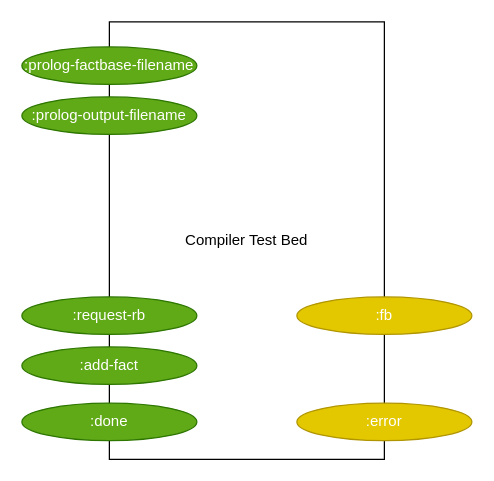
Above: page "Compiler Test Bed" (3 of 10) of svg/cl-compiler/doc/compiler-test-bed.drawio in bmfbp/bmfbp (draw.io), before the change. Source tidied: cells renumbered, new cells numbered last; positions are measured from the earlier drawing's top-left corner, leaving out a move shared by most shapes. Both pictures are drawn from the tidied source at 125%, with x=0, y=0 at pixel (21, 21).
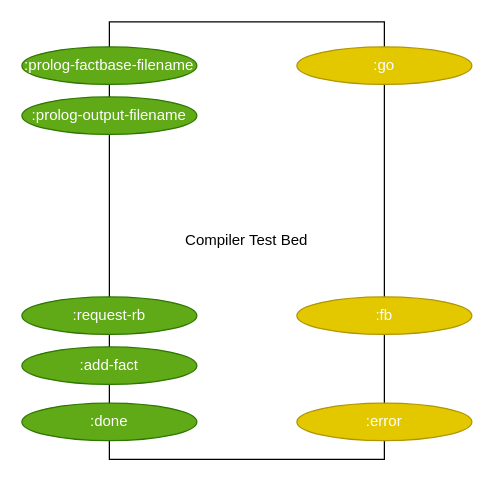
The same diagram, later.

Commit message (it also covers changes not shown here):
working testbed - refactored into testbed and passes

What changed in the source:
```diff
@@
 <mxGraphModel>
   <root>
     <mxCell id="0" />
     <mxCell id="1" parent="0" />
     <mxCell id="2" value="Compiler Test Bed" style="rounded=0;whiteSpace=wrap;html=1;" parent="1" vertex="1">
       <mxGeometry x="70" width="220" height="350" as="geometry" />
     </mxCell>
     <mxCell id="3" value=":prolog-factbase-filename&lt;br&gt;" style="ellipse;whiteSpace=wrap;html=1;fillColor=#60a917;strokeColor=#2D7600;fontColor=#ffffff;" parent="1" vertex="1">
       <mxGeometry y="20" width="140" height="30" as="geometry" />
     </mxCell>
     <mxCell id="4" value=":prolog-output-filename" style="ellipse;whiteSpace=wrap;html=1;fillColor=#60a917;strokeColor=#2D7600;fontColor=#ffffff;" parent="1" vertex="1">
       <mxGeometry y="60" width="140" height="30" as="geometry" />
     </mxCell>
     <mxCell id="5" value=":error" style="ellipse;whiteSpace=wrap;html=1;fillColor=#e3c800;strokeColor=#B09500;fontColor=#ffffff;" parent="1" vertex="1">
       <mxGeometry x="220" y="305" width="140" height="30" as="geometry" />
     </mxCell>
     <mxCell id="6" value=":done" style="ellipse;whiteSpace=wrap;html=1;fillColor=#60a917;strokeColor=#2D7600;fontColor=#ffffff;" parent="1" vertex="1">
       <mxGeometry y="305" width="140" height="30" as="geometry" />
     </mxCell>
     <mxCell id="7" value=":add-fact" style="ellipse;whiteSpace=wrap;html=1;fillColor=#60a917;strokeColor=#2D7600;fontColor=#ffffff;" parent="1" vertex="1">
       <mxGeometry y="260" width="140" height="30" as="geometry" />
     </mxCell>
     <mxCell id="8" value=":request-rb" style="ellipse;whiteSpace=wrap;html=1;fillColor=#60a917;strokeColor=#2D7600;fontColor=#ffffff;" parent="1" vertex="1">
       <mxGeometry y="220" width="140" height="30" as="geometry" />
     </mxCell>
     <mxCell id="9" value=":fb" style="ellipse;whiteSpace=wrap;html=1;fillColor=#e3c800;strokeColor=#B09500;fontColor=#ffffff;" parent="1" vertex="1">
       <mxGeometry x="220" y="220" width="140" height="30" as="geometry" />
     </mxCell>
+    <mxCell id="10" value=":go" style="ellipse;whiteSpace=wrap;html=1;fillColor=#e3c800;strokeColor=#B09500;fontColor=#ffffff;" parent="1" vertex="1">
+      <mxGeometry x="220" y="20" width="140" height="30" as="geometry" />
+    </mxCell>
   </root>
 </mxGraphModel>
```
